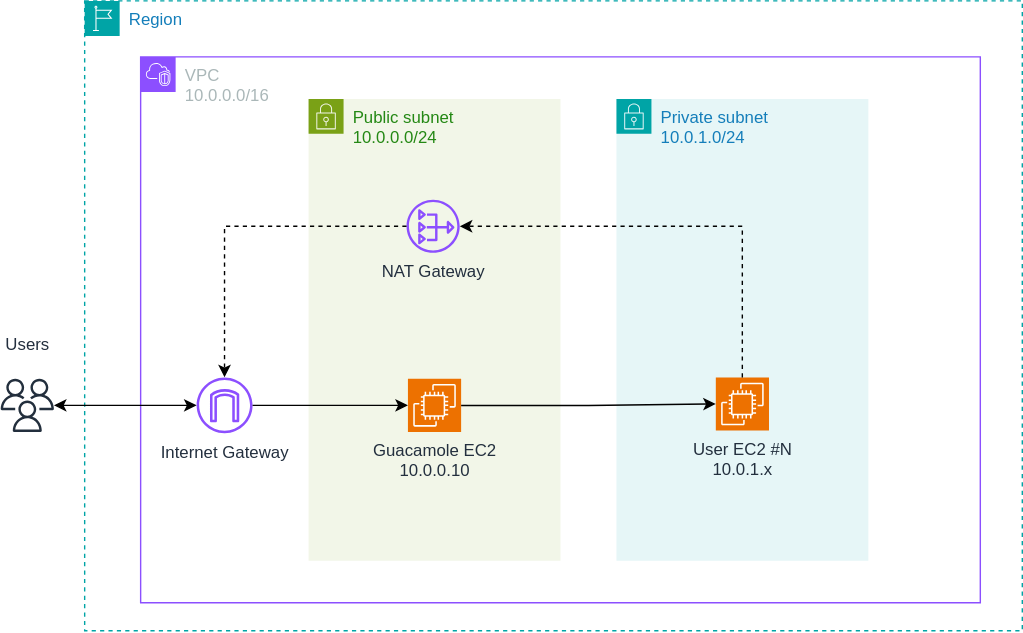
francescobarbarulo/openlab keeps this draw.io diagram as diagram/topology.svg. Above is the earlier version. Source tidied: cells renumbered, new cells last; positions are measured from the earlier drawing's top-left corner, leaving out a move shared by most shapes. The source it was exported from:
```xml
<mxGraphModel>
  <root>
    <mxCell id="0" />
    <mxCell id="1" parent="0" />
    <mxCell id="2" value="&lt;div&gt;VPC&lt;/div&gt;10.0.0.0/16" style="gradientColor=none;html=1;whiteSpace=wrap;fontSize=12;fontStyle=0;shape=mxgraph.aws4.group;grIcon=mxgraph.aws4.group_vpc2;strokeColor=#8C4FFF;fillColor=none;verticalAlign=top;align=left;spacingLeft=30;fontColor=#AAB7B8;dashed=0;" parent="1" vertex="1">
      <mxGeometry x="100" y="40" width="600" height="390" as="geometry" />
    </mxCell>
    <mxCell id="3" value="Region" style="gradientColor=none;html=1;whiteSpace=wrap;fontSize=12;fontStyle=0;shape=mxgraph.aws4.group;grIcon=mxgraph.aws4.group_region;strokeColor=#00A4A6;fillColor=none;verticalAlign=top;align=left;spacingLeft=30;fontColor=#147EBA;dashed=1;" parent="1" vertex="1">
      <mxGeometry x="60" width="670" height="450" as="geometry" />
    </mxCell>
    <mxCell id="4" value="Internet Gateway" style="sketch=0;outlineConnect=0;fontColor=#232F3E;gradientColor=none;fillColor=#8C4FFF;strokeColor=none;dashed=0;verticalLabelPosition=bottom;verticalAlign=top;align=center;html=1;fontSize=12;fontStyle=0;shape=mxgraph.aws4.internet_gateway;labelBackgroundColor=none;labelPosition=center;" parent="3" vertex="1">
      <mxGeometry x="80" y="269" width="40" height="40" as="geometry" />
    </mxCell>
    <mxCell id="5" value="&lt;div&gt;Public subnet&lt;/div&gt;&lt;div&gt;10.0.0.0/24&lt;/div&gt;" style="gradientColor=none;html=1;whiteSpace=wrap;fontSize=12;fontStyle=0;shape=mxgraph.aws4.group;grIcon=mxgraph.aws4.group_security_group;grStroke=0;strokeColor=#7AA116;fillColor=#F2F6E8;verticalAlign=top;align=left;spacingLeft=30;fontColor=#248814;dashed=0;" parent="3" vertex="1">
      <mxGeometry x="160" y="70" width="180" height="330" as="geometry" />
    </mxCell>
    <mxCell id="6" value="NAT Gateway" style="sketch=0;outlineConnect=0;fontColor=#232F3E;gradientColor=none;fillColor=#8C4FFF;strokeColor=none;dashed=0;verticalLabelPosition=bottom;verticalAlign=top;align=center;html=1;fontSize=12;fontStyle=0;shape=mxgraph.aws4.nat_gateway;" parent="5" vertex="1">
      <mxGeometry x="70" y="72" width="38" height="38" as="geometry" />
    </mxCell>
    <mxCell id="7" value="&lt;div&gt;Guacamole EC2&lt;/div&gt;&lt;div&gt;10.0.0.10&lt;/div&gt;" style="sketch=0;points=[[0,0,0],[0.25,0,0],[0.5,0,0],[0.75,0,0],[1,0,0],[0,1,0],[0.25,1,0],[0.5,1,0],[0.75,1,0],[1,1,0],[0,0.25,0],[0,0.5,0],[0,0.75,0],[1,0.25,0],[1,0.5,0],[1,0.75,0]];outlineConnect=0;fontColor=#232F3E;fillColor=#ED7100;strokeColor=#ffffff;dashed=0;verticalLabelPosition=bottom;verticalAlign=top;align=center;html=1;fontSize=12;fontStyle=0;shape=mxgraph.aws4.resourceIcon;resIcon=mxgraph.aws4.ec2;" parent="5" vertex="1">
      <mxGeometry x="71" y="200" width="38" height="38" as="geometry" />
    </mxCell>
    <mxCell id="8" style="edgeStyle=orthogonalEdgeStyle;rounded=0;jettySize=auto;html=1;" parent="3" edge="1" source="4" target="7">
      <mxGeometry relative="1" as="geometry" />
    </mxCell>
    <mxCell id="9" value="&lt;div&gt;Private subnet&lt;/div&gt;&lt;div&gt;10.0.1.0/24&lt;/div&gt;" style="points=[[0,0],[0.25,0],[0.5,0],[0.75,0],[1,0],[1,0.25],[1,0.5],[1,0.75],[1,1],[0.75,1],[0.5,1],[0.25,1],[0,1],[0,0.75],[0,0.5],[0,0.25]];outlineConnect=0;gradientColor=none;html=1;whiteSpace=wrap;fontSize=12;fontStyle=0;shape=mxgraph.aws4.group;grIcon=mxgraph.aws4.group_security_group;grStroke=0;strokeColor=#00A4A6;fillColor=#E6F6F7;verticalAlign=top;align=left;spacingLeft=30;fontColor=#147EBA;dashed=0;" parent="3" vertex="1">
      <mxGeometry x="380" y="70" width="180" height="330" as="geometry" />
    </mxCell>
    <mxCell id="10" value="&lt;div&gt;User EC2 #N&lt;/div&gt;&lt;div&gt;10.0.1.x&lt;/div&gt;" style="sketch=0;points=[[0,0,0],[0.25,0,0],[0.5,0,0],[0.75,0,0],[1,0,0],[0,1,0],[0.25,1,0],[0.5,1,0],[0.75,1,0],[1,1,0],[0,0.25,0],[0,0.5,0],[0,0.75,0],[1,0.25,0],[1,0.5,0],[1,0.75,0]];outlineConnect=0;fontColor=#232F3E;fillColor=#ED7100;strokeColor=#ffffff;dashed=0;verticalLabelPosition=bottom;verticalAlign=top;align=center;html=1;fontSize=12;fontStyle=0;shape=mxgraph.aws4.resourceIcon;resIcon=mxgraph.aws4.ec2;labelPosition=center;" parent="9" vertex="1">
      <mxGeometry x="71" y="199" width="38" height="38" as="geometry" />
    </mxCell>
    <mxCell id="11" style="edgeStyle=orthogonalEdgeStyle;rounded=0;jettySize=auto;html=1;dashed=1;" parent="3" edge="1" source="10" target="6">
      <mxGeometry relative="1" as="geometry">
        <Array as="points">
          <mxPoint x="470" y="161" />
        </Array>
      </mxGeometry>
    </mxCell>
    <mxCell id="12" style="edgeStyle=orthogonalEdgeStyle;rounded=0;jettySize=auto;html=1;dashed=1;" parent="3" edge="1" source="6" target="4">
      <mxGeometry relative="1" as="geometry" />
    </mxCell>
    <mxCell id="13" style="edgeStyle=orthogonalEdgeStyle;rounded=0;jettySize=auto;html=1;" parent="3" edge="1" source="7" target="10">
      <mxGeometry relative="1" as="geometry" />
    </mxCell>
    <mxCell id="14" style="edgeStyle=orthogonalEdgeStyle;rounded=0;jettySize=auto;html=1;startArrow=classic;startFill=1;" parent="1" edge="1" source="15" target="4">
      <mxGeometry relative="1" as="geometry" />
    </mxCell>
    <mxCell id="15" value="&lt;div&gt;Users&lt;/div&gt;&lt;div&gt;&lt;br&gt;&lt;/div&gt;" style="sketch=0;outlineConnect=0;fontColor=#232F3E;gradientColor=none;fillColor=#232F3D;strokeColor=none;dashed=0;verticalLabelPosition=top;verticalAlign=bottom;align=center;html=1;fontSize=12;fontStyle=0;shape=mxgraph.aws4.users;labelPosition=center;" parent="1" vertex="1">
      <mxGeometry y="270" width="38" height="38" as="geometry" />
    </mxCell>
  </root>
</mxGraphModel>
```
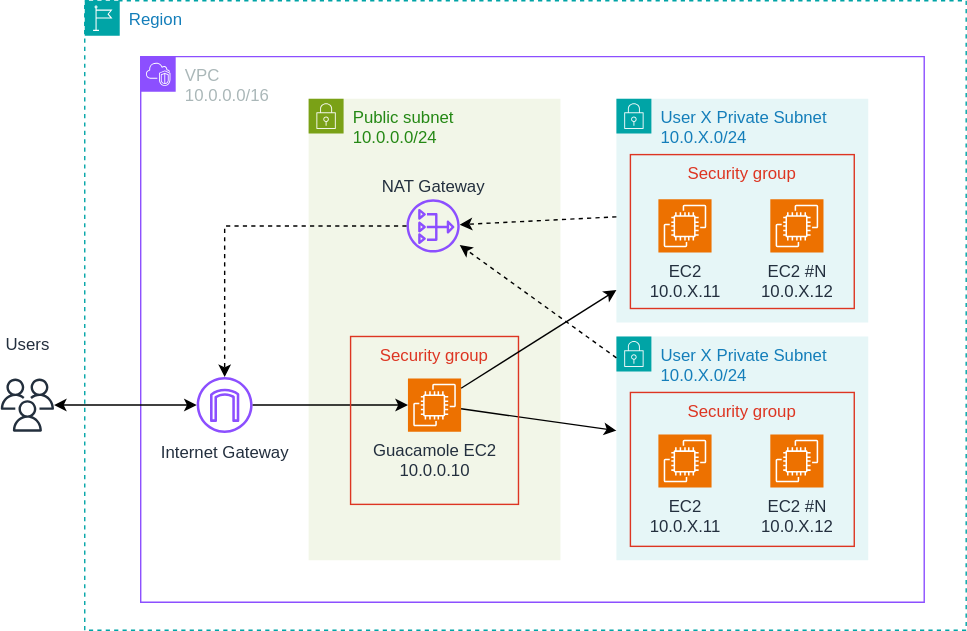
The same diagram one commit later.

Commit message:
update architecture diagram

Diff of the diagram source:
```diff
@@ -2,19 +2,16 @@
   <root>
     <mxCell id="0" />
     <mxCell id="1" parent="0" />
-    <mxCell id="2" value="&lt;div&gt;VPC&lt;/div&gt;10.0.0.0/16" style="gradientColor=none;html=1;whiteSpace=wrap;fontSize=12;fontStyle=0;shape=mxgraph.aws4.group;grIcon=mxgraph.aws4.group_vpc2;strokeColor=#8C4FFF;fillColor=none;verticalAlign=top;align=left;spacingLeft=30;fontColor=#AAB7B8;dashed=0;" parent="1" vertex="1">
-      <mxGeometry x="100" y="40" width="600" height="390" as="geometry" />
-    </mxCell>
     <mxCell id="3" value="Region" style="gradientColor=none;html=1;whiteSpace=wrap;fontSize=12;fontStyle=0;shape=mxgraph.aws4.group;grIcon=mxgraph.aws4.group_region;strokeColor=#00A4A6;fillColor=none;verticalAlign=top;align=left;spacingLeft=30;fontColor=#147EBA;dashed=1;" parent="1" vertex="1">
-      <mxGeometry x="60" width="670" height="450" as="geometry" />
+      <mxGeometry x="60" width="630" height="450" as="geometry" />
     </mxCell>
-    <mxCell id="4" value="Internet Gateway" style="sketch=0;outlineConnect=0;fontColor=#232F3E;gradientColor=none;fillColor=#8C4FFF;strokeColor=none;dashed=0;verticalLabelPosition=bottom;verticalAlign=top;align=center;html=1;fontSize=12;fontStyle=0;shape=mxgraph.aws4.internet_gateway;labelBackgroundColor=none;labelPosition=center;" parent="3" vertex="1">
+    <mxCell id="4" value="Internet Gateway" style="sketch=0;outlineConnect=0;fontColor=#232F3E;gradientColor=none;fillColor=#8C4FFF;strokeColor=none;dashed=0;verticalLabelPosition=bottom;verticalAlign=top;align=center;html=1;fontSize=12;fontStyle=0;shape=mxgraph.aws4.internet_gateway;labelBackgroundColor=default;labelPosition=center;" parent="3" vertex="1">
       <mxGeometry x="80" y="269" width="40" height="40" as="geometry" />
     </mxCell>
     <mxCell id="5" value="&lt;div&gt;Public subnet&lt;/div&gt;&lt;div&gt;10.0.0.0/24&lt;/div&gt;" style="gradientColor=none;html=1;whiteSpace=wrap;fontSize=12;fontStyle=0;shape=mxgraph.aws4.group;grIcon=mxgraph.aws4.group_security_group;grStroke=0;strokeColor=#7AA116;fillColor=#F2F6E8;verticalAlign=top;align=left;spacingLeft=30;fontColor=#248814;dashed=0;" parent="3" vertex="1">
       <mxGeometry x="160" y="70" width="180" height="330" as="geometry" />
     </mxCell>
-    <mxCell id="6" value="NAT Gateway" style="sketch=0;outlineConnect=0;fontColor=#232F3E;gradientColor=none;fillColor=#8C4FFF;strokeColor=none;dashed=0;verticalLabelPosition=bottom;verticalAlign=top;align=center;html=1;fontSize=12;fontStyle=0;shape=mxgraph.aws4.nat_gateway;" parent="5" vertex="1">
+    <mxCell id="6" value="NAT Gateway" style="sketch=0;outlineConnect=0;fontColor=#232F3E;gradientColor=none;fillColor=#8C4FFF;strokeColor=none;dashed=0;verticalLabelPosition=top;verticalAlign=bottom;align=center;html=1;fontSize=12;fontStyle=0;shape=mxgraph.aws4.nat_gateway;labelPosition=center;" parent="5" vertex="1">
       <mxGeometry x="70" y="72" width="38" height="38" as="geometry" />
     </mxCell>
     <mxCell id="7" value="&lt;div&gt;Guacamole EC2&lt;/div&gt;&lt;div&gt;10.0.0.10&lt;/div&gt;" style="sketch=0;points=[[0,0,0],[0.25,0,0],[0.5,0,0],[0.75,0,0],[1,0,0],[0,1,0],[0.25,1,0],[0.5,1,0],[0.75,1,0],[1,1,0],[0,0.25,0],[0,0.5,0],[0,0.75,0],[1,0.25,0],[1,0.5,0],[1,0.75,0]];outlineConnect=0;fontColor=#232F3E;fillColor=#ED7100;strokeColor=#ffffff;dashed=0;verticalLabelPosition=bottom;verticalAlign=top;align=center;html=1;fontSize=12;fontStyle=0;shape=mxgraph.aws4.resourceIcon;resIcon=mxgraph.aws4.ec2;" parent="5" vertex="1">
@@ -23,30 +20,56 @@
     <mxCell id="8" style="edgeStyle=orthogonalEdgeStyle;rounded=0;jettySize=auto;html=1;" parent="3" edge="1" source="4" target="7">
       <mxGeometry relative="1" as="geometry" />
     </mxCell>
+    <mxCell id="12" style="edgeStyle=orthogonalEdgeStyle;rounded=0;jettySize=auto;html=1;dashed=1;" parent="3" edge="1" source="6" target="4">
+      <mxGeometry relative="1" as="geometry" />
+    </mxCell>
-    <mxCell id="9" value="&lt;div&gt;Private subnet&lt;/div&gt;&lt;div&gt;10.0.1.0/24&lt;/div&gt;" style="points=[[0,0],[0.25,0],[0.5,0],[0.75,0],[1,0],[1,0.25],[1,0.5],[1,0.75],[1,1],[0.75,1],[0.5,1],[0.25,1],[0,1],[0,0.75],[0,0.5],[0,0.25]];outlineConnect=0;gradientColor=none;html=1;whiteSpace=wrap;fontSize=12;fontStyle=0;shape=mxgraph.aws4.group;grIcon=mxgraph.aws4.group_security_group;grStroke=0;strokeColor=#00A4A6;fillColor=#E6F6F7;verticalAlign=top;align=left;spacingLeft=30;fontColor=#147EBA;dashed=0;" parent="3" vertex="1">
-      <mxGeometry x="380" y="70" width="180" height="330" as="geometry" />
+    <mxCell id="9" value="&lt;div&gt;User X Private Subnet&lt;/div&gt;&lt;div&gt;10.0.X.0/24&lt;/div&gt;" style="points=[[0,0],[0.25,0],[0.5,0],[0.75,0],[1,0],[1,0.25],[1,0.5],[1,0.75],[1,1],[0.75,1],[0.5,1],[0.25,1],[0,1],[0,0.75],[0,0.5],[0,0.25]];outlineConnect=0;gradientColor=none;html=1;whiteSpace=wrap;fontSize=12;fontStyle=0;shape=mxgraph.aws4.group;grIcon=mxgraph.aws4.group_security_group;grStroke=0;strokeColor=#00A4A6;fillColor=#E6F6F7;verticalAlign=top;align=left;spacingLeft=30;fontColor=#147EBA;dashed=0;" parent="3" vertex="1">
+      <mxGeometry x="380" y="240" width="180" height="160" as="geometry" />
     </mxCell>
+    <mxCell id="16" style="endArrow=classic;html=1;rounded=0;dashed=1;" parent="3" edge="1" source="9" target="6">
+      <mxGeometry relative="1" as="geometry" />
+    </mxCell>
+    <mxCell id="17" style="endArrow=classic;html=1;rounded=0;" parent="3" edge="1" source="7" target="9">
+      <mxGeometry relative="1" as="geometry" />
+    </mxCell>
+    <mxCell id="2" value="&lt;div&gt;VPC&lt;/div&gt;10.0.0.0/16" style="gradientColor=none;html=1;whiteSpace=wrap;fontSize=12;fontStyle=0;shape=mxgraph.aws4.group;grIcon=mxgraph.aws4.group_vpc2;strokeColor=#8C4FFF;fillColor=none;verticalAlign=top;align=left;spacingLeft=30;fontColor=#AAB7B8;dashed=0;" parent="1" vertex="1">
+      <mxGeometry x="100" y="40" width="560" height="390" as="geometry" />
+    </mxCell>
-    <mxCell id="10" value="&lt;div&gt;User EC2 #N&lt;/div&gt;&lt;div&gt;10.0.1.x&lt;/div&gt;" style="sketch=0;points=[[0,0,0],[0.25,0,0],[0.5,0,0],[0.75,0,0],[1,0,0],[0,1,0],[0.25,1,0],[0.5,1,0],[0.75,1,0],[1,1,0],[0,0.25,0],[0,0.5,0],[0,0.75,0],[1,0.25,0],[1,0.5,0],[1,0.75,0]];outlineConnect=0;fontColor=#232F3E;fillColor=#ED7100;strokeColor=#ffffff;dashed=0;verticalLabelPosition=bottom;verticalAlign=top;align=center;html=1;fontSize=12;fontStyle=0;shape=mxgraph.aws4.resourceIcon;resIcon=mxgraph.aws4.ec2;labelPosition=center;" parent="9" vertex="1">
-      <mxGeometry x="71" y="199" width="38" height="38" as="geometry" />
+    <mxCell id="10" value="&lt;div&gt;EC2&lt;/div&gt;&lt;div&gt;10.0.X.11&lt;/div&gt;" style="sketch=0;points=[[0,0,0],[0.25,0,0],[0.5,0,0],[0.75,0,0],[1,0,0],[0,1,0],[0.25,1,0],[0.5,1,0],[0.75,1,0],[1,1,0],[0,0.25,0],[0,0.5,0],[0,0.75,0],[1,0.25,0],[1,0.5,0],[1,0.75,0]];outlineConnect=0;fontColor=#232F3E;fillColor=#ED7100;strokeColor=#ffffff;dashed=0;verticalLabelPosition=bottom;verticalAlign=top;align=center;html=1;fontSize=12;fontStyle=0;shape=mxgraph.aws4.resourceIcon;resIcon=mxgraph.aws4.ec2;labelPosition=center;" parent="2" vertex="1">
+      <mxGeometry x="370" y="270" width="38" height="38" as="geometry" />
     </mxCell>
-    <mxCell id="11" style="edgeStyle=orthogonalEdgeStyle;rounded=0;jettySize=auto;html=1;dashed=1;" parent="3" edge="1" source="10" target="6">
-      <mxGeometry relative="1" as="geometry">
-        <Array as="points">
-          <mxPoint x="470" y="161" />
-        </Array>
-      </mxGeometry>
-    </mxCell>
-    <mxCell id="12" style="edgeStyle=orthogonalEdgeStyle;rounded=0;jettySize=auto;html=1;dashed=1;" parent="3" edge="1" source="6" target="4">
-      <mxGeometry relative="1" as="geometry" />
-    </mxCell>
-    <mxCell id="13" style="edgeStyle=orthogonalEdgeStyle;rounded=0;jettySize=auto;html=1;" parent="3" edge="1" source="7" target="10">
-      <mxGeometry relative="1" as="geometry" />
-    </mxCell>
+    <mxCell id="18" value="&lt;div&gt;EC2 #N&lt;/div&gt;&lt;div&gt;10.0.X.12&lt;/div&gt;" style="sketch=0;fontColor=#232F3E;fillColor=#ED7100;strokeColor=#ffffff;dashed=0;verticalLabelPosition=bottom;verticalAlign=top;align=center;html=1;fontSize=12;fontStyle=0;shape=mxgraph.aws4.resourceIcon;resIcon=mxgraph.aws4.ec2;labelPosition=center;" parent="2" vertex="1">
+      <mxGeometry x="450" y="270" width="38" height="38" as="geometry" />
+    </mxCell>
+    <mxCell id="19" value="&lt;div&gt;User X Private Subnet&lt;/div&gt;&lt;div&gt;10.0.X.0/24&lt;/div&gt;" style="points=[[0,0],[0.25,0],[0.5,0],[0.75,0],[1,0],[1,0.25],[1,0.5],[1,0.75],[1,1],[0.75,1],[0.5,1],[0.25,1],[0,1],[0,0.75],[0,0.5],[0,0.25]];outlineConnect=0;gradientColor=none;html=1;whiteSpace=wrap;fontSize=12;fontStyle=0;shape=mxgraph.aws4.group;grIcon=mxgraph.aws4.group_security_group;grStroke=0;strokeColor=#00A4A6;fillColor=#E6F6F7;verticalAlign=top;align=left;spacingLeft=30;fontColor=#147EBA;dashed=0;" parent="2" vertex="1">
+      <mxGeometry x="340" y="30" width="180" height="160" as="geometry" />
+    </mxCell>
+    <mxCell id="20" value="Security group" style="fillColor=none;strokeColor=#DD3522;verticalAlign=top;fontStyle=0;fontColor=#DD3522;whiteSpace=wrap;html=1;" parent="19" vertex="1">
+      <mxGeometry x="10" y="40" width="160" height="110" as="geometry" />
+    </mxCell>
+    <mxCell id="21" value="&lt;div&gt;EC2&lt;/div&gt;&lt;div&gt;10.0.X.11&lt;/div&gt;" style="sketch=0;fontColor=#232F3E;fillColor=#ED7100;strokeColor=#ffffff;dashed=0;verticalLabelPosition=bottom;verticalAlign=top;align=center;html=1;fontSize=12;fontStyle=0;shape=mxgraph.aws4.resourceIcon;resIcon=mxgraph.aws4.ec2;labelPosition=center;" parent="19" vertex="1">
+      <mxGeometry x="30" y="72" width="38" height="38" as="geometry" />
+    </mxCell>
+    <mxCell id="22" value="&lt;div&gt;EC2 #N&lt;/div&gt;&lt;div&gt;10.0.X.12&lt;/div&gt;" style="sketch=0;fontColor=#232F3E;fillColor=#ED7100;strokeColor=#ffffff;dashed=0;verticalLabelPosition=bottom;verticalAlign=top;align=center;html=1;fontSize=12;fontStyle=0;shape=mxgraph.aws4.resourceIcon;resIcon=mxgraph.aws4.ec2;labelPosition=center;" parent="19" vertex="1">
+      <mxGeometry x="110" y="72" width="38" height="38" as="geometry" />
+    </mxCell>
+    <mxCell id="23" value="Security group" style="fillColor=none;strokeColor=#DD3522;verticalAlign=top;fontStyle=0;fontColor=#DD3522;whiteSpace=wrap;html=1;" parent="2" vertex="1">
+      <mxGeometry x="350" y="240" width="160" height="110" as="geometry" />
+    </mxCell>
+    <mxCell id="24" value="Security group" style="fillColor=none;strokeColor=#DD3522;verticalAlign=top;fontStyle=0;fontColor=#DD3522;whiteSpace=wrap;html=1;" parent="2" vertex="1">
+      <mxGeometry x="150" y="200" width="120" height="120" as="geometry" />
+    </mxCell>
     <mxCell id="14" style="edgeStyle=orthogonalEdgeStyle;rounded=0;jettySize=auto;html=1;startArrow=classic;startFill=1;" parent="1" edge="1" source="15" target="4">
       <mxGeometry relative="1" as="geometry" />
     </mxCell>
     <mxCell id="15" value="&lt;div&gt;Users&lt;/div&gt;&lt;div&gt;&lt;br&gt;&lt;/div&gt;" style="sketch=0;outlineConnect=0;fontColor=#232F3E;gradientColor=none;fillColor=#232F3D;strokeColor=none;dashed=0;verticalLabelPosition=top;verticalAlign=bottom;align=center;html=1;fontSize=12;fontStyle=0;shape=mxgraph.aws4.users;labelPosition=center;" parent="1" vertex="1">
       <mxGeometry y="270" width="38" height="38" as="geometry" />
     </mxCell>
+    <mxCell id="25" style="endArrow=classic;html=1;rounded=0;dashed=1;" parent="1" edge="1" source="19" target="6">
+      <mxGeometry relative="1" as="geometry" />
+    </mxCell>
+    <mxCell id="26" style="endArrow=classic;html=1;rounded=0;" parent="1" edge="1" source="7" target="19">
+      <mxGeometry relative="1" as="geometry" />
+    </mxCell>
   </root>
 </mxGraphModel>
```
